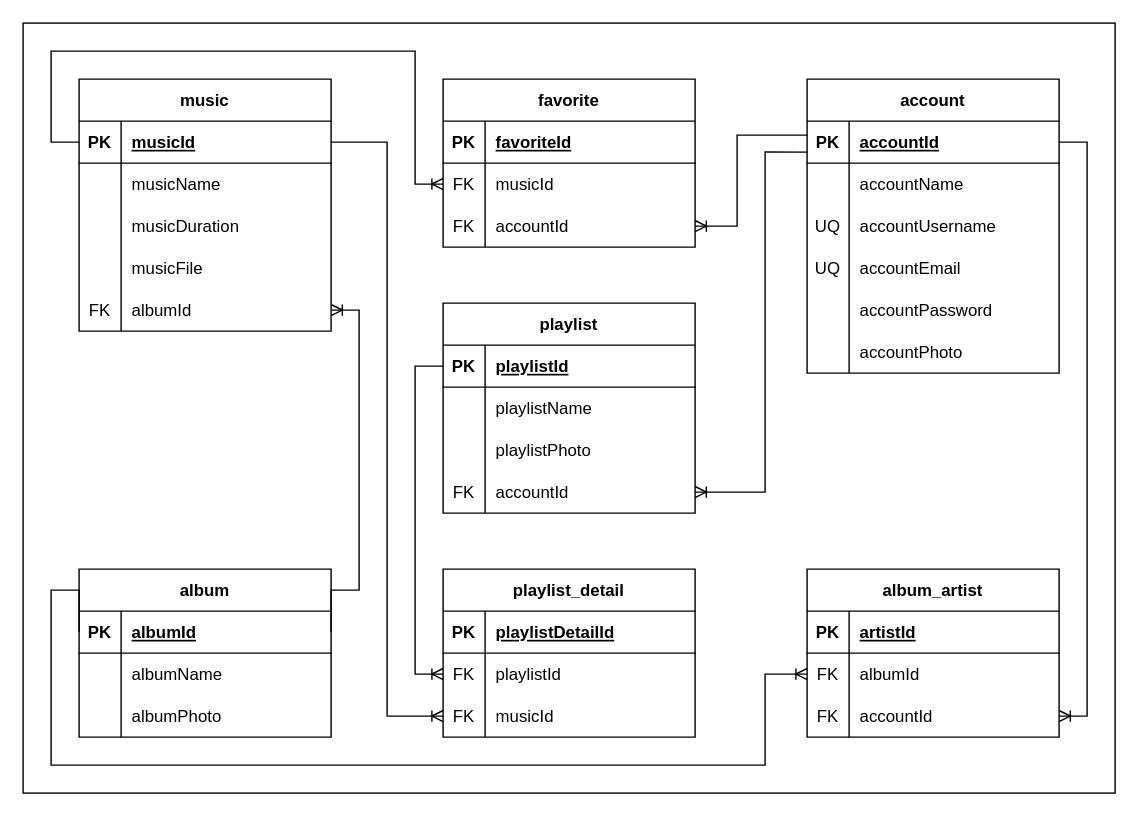
Above: config/nuberjam_erd.drawio in Nub-en-Nuber/NuberJam-Backend (draw.io), before the change. Source tidied: cells renumbered, new cells numbered last; positions are measured from the earlier drawing's top-left corner, leaving out a move shared by most shapes. Both pictures are drawn from the tidied source at 140%, with x=0, y=0 at pixel (22, 22).
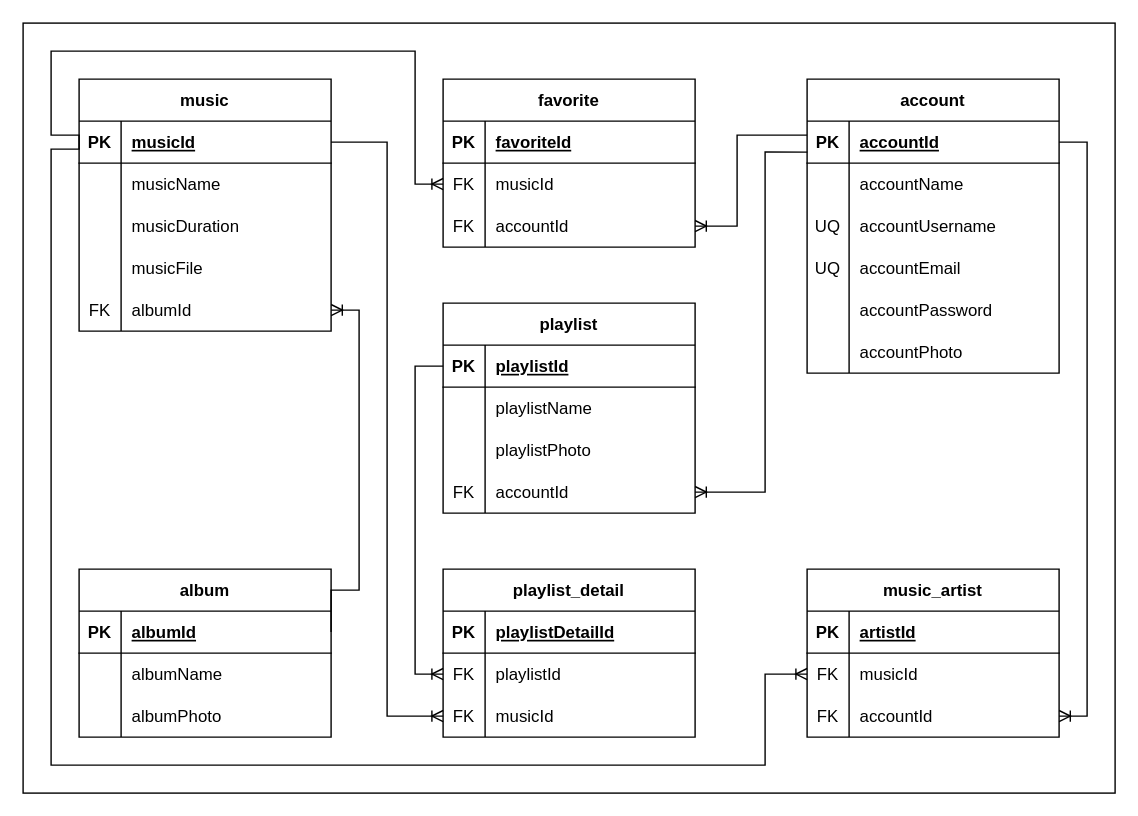
After the change.

Commit message (it also covers changes not shown here):
refactor(general) : MP-180 Change Database ERD & Structure

Unchanged cells that the change refers to:
```xml
<mxCell id="4" style="shape=tableRow;horizontal=0;startSize=0;swimlaneHead=0;swimlaneBody=0;fillColor=none;points=[[0,0.5],[1,0.5]];portConstraint=eastwest;top=0;left=0;right=0;bottom=1;" parent="3" vertex="1">
  <mxGeometry y="30" width="180" height="30" as="geometry" />
</mxCell>
<mxCell id="42" style="shape=tableRow;horizontal=0;startSize=0;swimlaneHead=0;swimlaneBody=0;fillColor=none;points=[[0,0.5],[1,0.5]];portConstraint=eastwest;top=0;left=0;right=0;bottom=0;" parent="38" vertex="1">
  <mxGeometry y="60" width="180" height="30" as="geometry" />
</mxCell>
<mxCell id="77" style="shape=tableRow;horizontal=0;startSize=0;swimlaneHead=0;swimlaneBody=0;fillColor=none;points=[[0,0.5],[1,0.5]];portConstraint=eastwest;top=0;left=0;right=0;bottom=1;" parent="76" vertex="1">
  <mxGeometry y="30" width="180" height="30" as="geometry" />
</mxCell>
<mxCell id="91" style="shape=tableRow;horizontal=0;startSize=0;swimlaneHead=0;swimlaneBody=0;fillColor=none;points=[[0,0.5],[1,0.5]];portConstraint=eastwest;top=0;left=0;right=0;bottom=0;" parent="87" vertex="1">
  <mxGeometry y="60" width="180" height="30" as="geometry" />
</mxCell>
```

Diff of the diagram source:
```diff
@@
-    <mxCell id="72" style="edgeStyle=orthogonalEdgeStyle;rounded=0;jettySize=auto;html=1;entryX=0;entryY=0.5;entryDx=0;entryDy=0;endArrow=ERoneToMany;endFill=0;exitX=0;exitY=0.5;exitDx=0;exitDy=0;" parent="1" edge="1" source="4" target="42">
+    <mxCell id="72" style="edgeStyle=orthogonalEdgeStyle;rounded=0;jettySize=auto;html=1;entryX=0;entryY=0.5;entryDx=0;entryDy=0;endArrow=ERoneToMany;endFill=0;" parent="1" edge="1" target="42">
       <mxGeometry relative="1" as="geometry">
+        <mxPoint x="40" y="85" as="sourcePoint" />
         <Array as="points">
-          <mxPoint x="20" y="85" />
+          <mxPoint x="40" y="80" />
+          <mxPoint x="20" y="80" />
           <mxPoint x="20" y="20" />
           <mxPoint x="280" y="20" />
           <mxPoint x="280" y="115" />
         </Array>
       </mxGeometry>
     </mxCell>
@@
-    <mxCell id="87" value="album_artist" style="shape=table;startSize=30;childLayout=tableLayout;rowLines=0;fontStyle=1;align=center;" parent="1" vertex="1">
+    <mxCell id="87" value="music_artist" style="shape=table;startSize=30;childLayout=tableLayout;rowLines=0;fontStyle=1;align=center;" parent="1" vertex="1">
       <mxGeometry x="560" y="390" width="180" height="120" as="geometry" />
     </mxCell>
@@
-    <mxCell id="93" value="albumId" style="shape=partialRectangle;fillColor=none;top=0;left=0;bottom=0;right=0;align=left;spacingLeft=6;overflow=hidden;" parent="91" vertex="1">
+    <mxCell id="93" value="musicId" style="shape=partialRectangle;fillColor=none;top=0;left=0;bottom=0;right=0;align=left;spacingLeft=6;overflow=hidden;" parent="91" vertex="1">
       <mxGeometry x="30" width="150" height="30" as="geometry" />
     </mxCell>
@@
-    <mxCell id="98" style="edgeStyle=orthogonalEdgeStyle;rounded=0;jettySize=auto;html=1;entryX=0;entryY=0.5;entryDx=0;entryDy=0;endArrow=ERoneToMany;endFill=0;exitX=0;exitY=0.5;exitDx=0;exitDy=0;" parent="1" edge="1" source="77" target="91">
+    <mxCell id="98" style="edgeStyle=orthogonalEdgeStyle;rounded=0;jettySize=auto;html=1;entryX=0;entryY=0.5;entryDx=0;entryDy=0;endArrow=ERoneToMany;endFill=0;exitX=0;exitY=0.5;exitDx=0;exitDy=0;" parent="1" edge="1" source="4" target="91">
       <mxGeometry relative="1" as="geometry">
         <Array as="points">
-          <mxPoint x="20" y="405" />
+          <mxPoint x="40" y="90" />
+          <mxPoint x="20" y="90" />
           <mxPoint x="20" y="530" />
           <mxPoint x="530" y="530" />
           <mxPoint x="530" y="465" />
         </Array>
       </mxGeometry>
     </mxCell>
```
